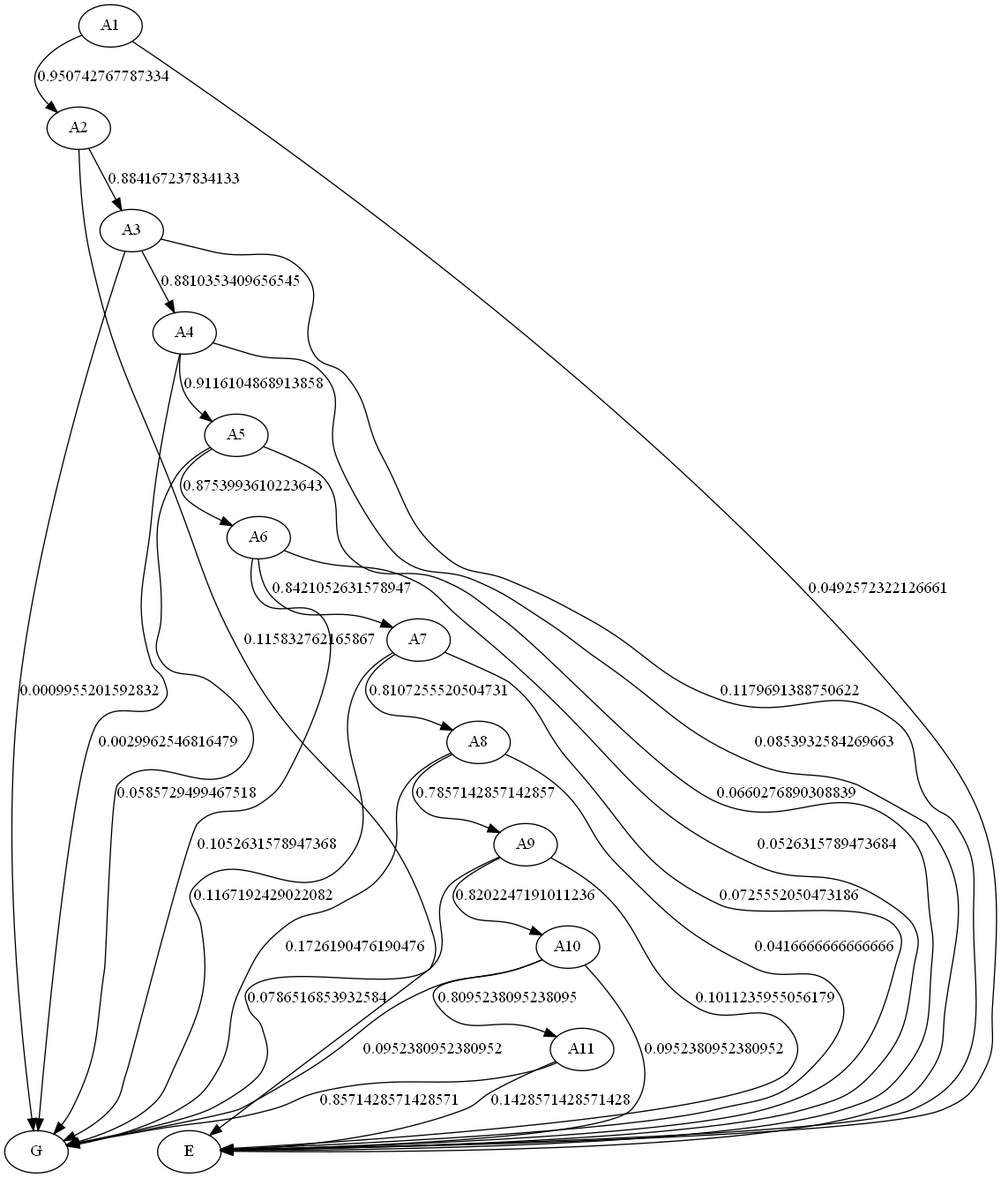
Earlier version of the Graphviz export graph/markov.png (JulianaFerreira/educacao). Its source is kept beside it as graph/markov.dot.
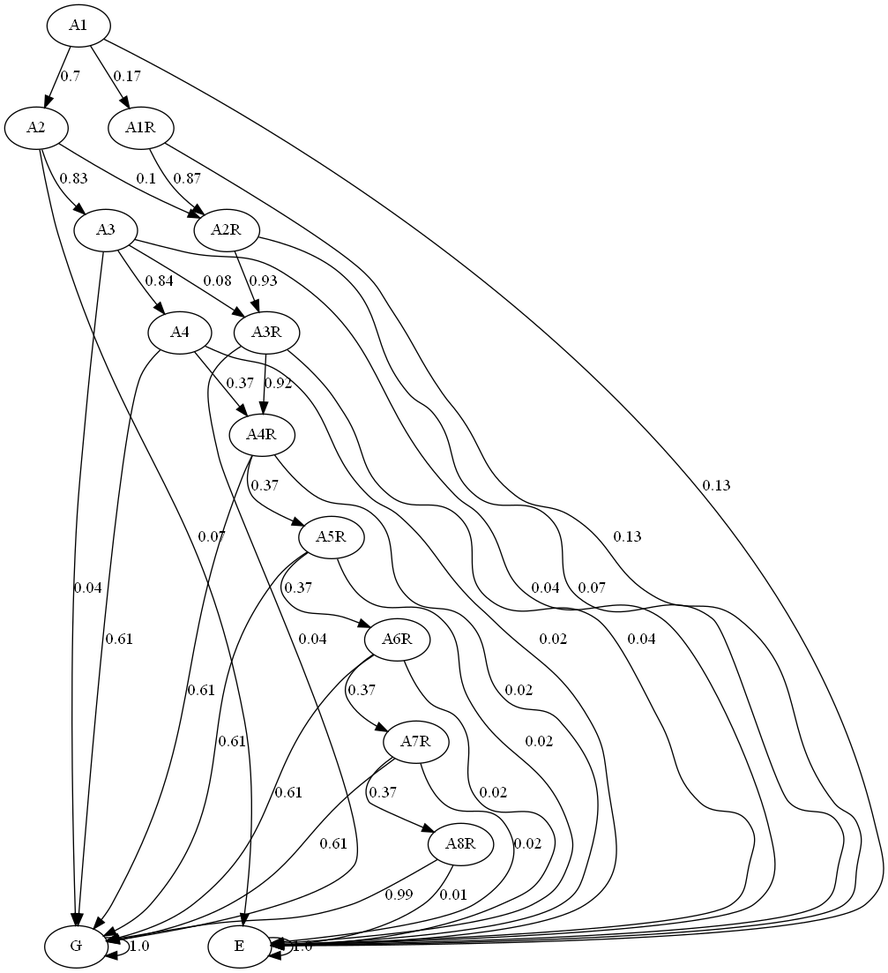
After the change.

The edit, as a diff of the source:
```diff
@@ -3,43 +3,50 @@
 A2;
 A3;
 A4;
-A5;
-A6;
-A7;
-A8;
-A9;
-A10;
-A11;
+A1R;
+A2R;
+A3R;
+A4R;
+A5R;
+A6R;
+A7R;
+A8R;
 G;
 E;
-A1 -> A2  [key=0, label="0.950742767787334", weight="0.950742767787334"];
-A1 -> E  [key=0, label="0.0492572322126661", weight="0.0492572322126661"];
-A2 -> A3  [key=0, label="0.884167237834133", weight="0.884167237834133"];
-A2 -> E  [key=0, label="0.115832762165867", weight="0.115832762165867"];
-A3 -> A4  [key=0, label="0.8810353409656545", weight="0.8810353409656545"];
-A3 -> G  [key=0, label="0.0009955201592832", weight="0.0009955201592832"];
-A3 -> E  [key=0, label="0.1179691388750622", weight="0.1179691388750622"];
-A4 -> A5  [key=0, label="0.9116104868913858", weight="0.9116104868913858"];
-A4 -> G  [key=0, label="0.0029962546816479", weight="0.0029962546816479"];
-A4 -> E  [key=0, label="0.0853932584269663", weight="0.0853932584269663"];
-A5 -> A6  [key=0, label="0.8753993610223643", weight="0.8753993610223643"];
-A5 -> G  [key=0, label="0.0585729499467518", weight="0.0585729499467518"];
-A5 -> E  [key=0, label="0.0660276890308839", weight="0.0660276890308839"];
-A6 -> A7  [key=0, label="0.8421052631578947", weight="0.8421052631578947"];
-A6 -> G  [key=0, label="0.1052631578947368", weight="0.1052631578947368"];
-A6 -> E  [key=0, label="0.0526315789473684", weight="0.0526315789473684"];
-A7 -> A8  [key=0, label="0.8107255520504731", weight="0.8107255520504731"];
-A7 -> G  [key=0, label="0.1167192429022082", weight="0.1167192429022082"];
-A7 -> E  [key=0, label="0.0725552050473186", weight="0.0725552050473186"];
-A8 -> A9  [key=0, label="0.7857142857142857", weight="0.7857142857142857"];
-A8 -> G  [key=0, label="0.1726190476190476", weight="0.1726190476190476"];
-A8 -> E  [key=0, label="0.0416666666666666", weight="0.0416666666666666"];
-A9 -> A10  [key=0, label="0.8202247191011236", weight="0.8202247191011236"];
-A9 -> G  [key=0, label="0.0786516853932584", weight="0.0786516853932584"];
-A9 -> E  [key=0, label="0.1011235955056179", weight="0.1011235955056179"];
-A10 -> A11  [key=0, label="0.8095238095238095", weight="0.8095238095238095"];
-A10 -> G  [key=0, label="0.0952380952380952", weight="0.0952380952380952"];
-A10 -> E  [key=0, label="0.0952380952380952", weight="0.0952380952380952"];
-A11 -> G  [key=0, label="0.8571428571428571", weight="0.8571428571428571"];
-A11 -> E  [key=0, label="0.1428571428571428", weight="0.1428571428571428"];
+A1 -> A2  [key=0, label="0.7", weight="0.7"];
+A1 -> A1R  [key=0, label="0.17", weight="0.17"];
+A1 -> E  [key=0, label="0.13", weight="0.13"];
+A2 -> A3  [key=0, label="0.83", weight="0.83"];
+A2 -> A2R  [key=0, label="0.1", weight="0.1"];
+A2 -> E  [key=0, label="0.07", weight="0.07"];
+A3 -> A4  [key=0, label="0.84", weight="0.84"];
+A3 -> A3R  [key=0, label="0.08", weight="0.08"];
+A3 -> G  [key=0, label="0.04", weight="0.04"];
+A3 -> E  [key=0, label="0.04", weight="0.04"];
+A4 -> A4R  [key=0, label="0.37", weight="0.37"];
+A4 -> G  [key=0, label="0.61", weight="0.61"];
+A4 -> E  [key=0, label="0.02", weight="0.02"];
+A1R -> A2R  [key=0, label="0.87", weight="0.87"];
+A1R -> E  [key=0, label="0.13", weight="0.13"];
+A2R -> A3R  [key=0, label="0.93", weight="0.93"];
+A2R -> E  [key=0, label="0.07", weight="0.07"];
+A3R -> A4R  [key=0, label="0.92", weight="0.92"];
+A3R -> G  [key=0, label="0.04", weight="0.04"];
+A3R -> E  [key=0, label="0.04", weight="0.04"];
+A4R -> A5R  [key=0, label="0.37", weight="0.37"];
+A4R -> G  [key=0, label="0.61", weight="0.61"];
+A4R -> E  [key=0, label="0.02", weight="0.02"];
+A5R -> A6R  [key=0, label="0.37", weight="0.37"];
+A5R -> G  [key=0, label="0.61", weight="0.61"];
+A5R -> E  [key=0, label="0.02", weight="0.02"];
+A6R -> A7R  [key=0, label="0.37", weight="0.37"];
+A6R -> G  [key=0, label="0.61", weight="0.61"];
+A6R -> E  [key=0, label="0.02", weight="0.02"];
+A7R -> A8R  [key=0, label="0.37", weight="0.37"];
+A7R -> G  [key=0, label="0.61", weight="0.61"];
+A7R -> E  [key=0, label="0.02", weight="0.02"];
+A8R -> G  [key=0, label="0.99", weight="0.99"];
+A8R -> E  [key=0, label="0.01", weight="0.01"];
+G -> G  [key=0, label="1.0", weight="1.0"];
+E -> E  [key=0, label="1.0", weight="1.0"];
 }
```
